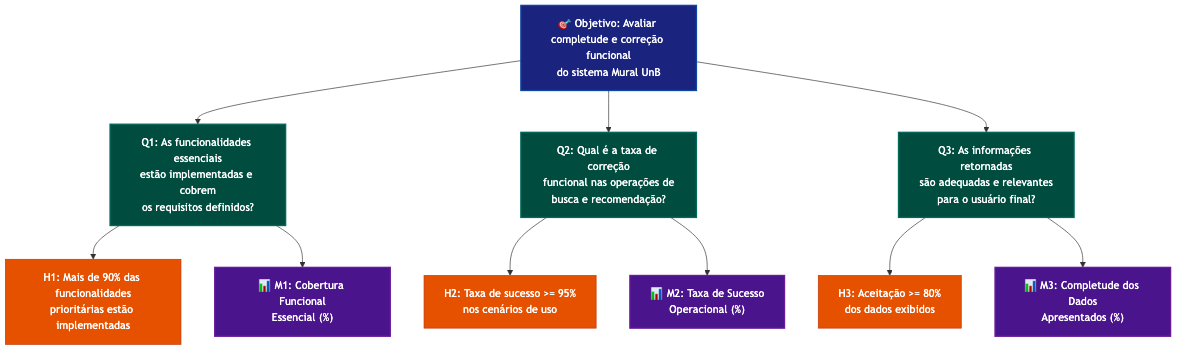
Earlier version of the Mermaid export docs/Fase2/diagrams/adequacao.png (FCTE-Qualidade-de-Software-1/2026-1_T01_GRACE_HOPPER). Its source is kept beside it as docs/Fase2/diagrams/adequacao.mmd.
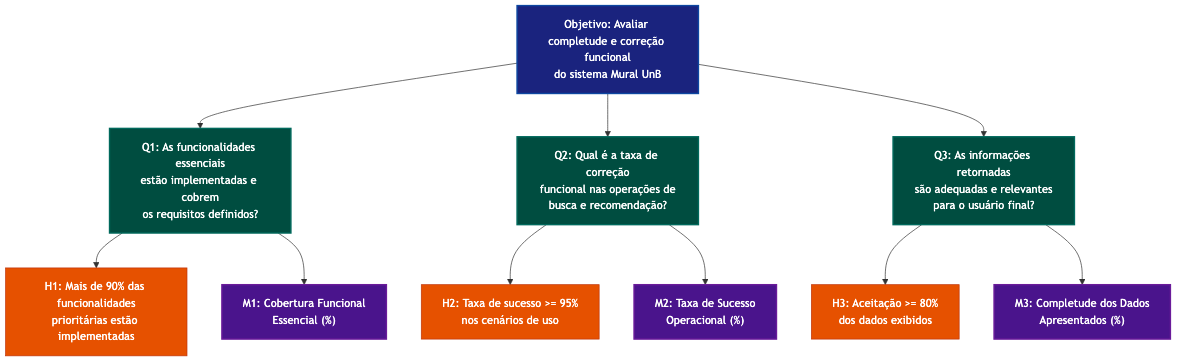
The same file after the commit.

Change to the diagram source:
```diff
@@ -1,5 +1,5 @@
 flowchart TB
-  OBJ["🎯 Objetivo: Avaliar completude e correção funcional\ndo sistema Mural UnB"]
+  OBJ["Objetivo: Avaliar completude e correção funcional\ndo sistema Mural UnB"]
 
   OBJ --> Q1["Q1: As funcionalidades essenciais\nestão implementadas e cobrem\nos requisitos definidos?"]
   OBJ --> Q2["Q2: Qual é a taxa de correção\nfuncional nas operações de\nbusca e recomendação?"]
@@ -9,9 +9,9 @@
   Q2 --> H2["H2: Taxa de sucesso >= 95%\nnos cenários de uso"]
   Q3 --> H3["H3: Aceitação >= 80%\ndos dados exibidos"]
 
-  Q1 --> M1["📊 M1: Cobertura Funcional\nEssencial (%)"]
-  Q2 --> M2["📊 M2: Taxa de Sucesso\nOperacional (%)"]
-  Q3 --> M3["📊 M3: Completude dos Dados\nApresentados (%)"]
+  Q1 --> M1["M1: Cobertura Funcional\nEssencial (%)"]
+  Q2 --> M2["M2: Taxa de Sucesso\nOperacional (%)"]
+  Q3 --> M3["M3: Completude dos Dados\nApresentados (%)"]
 
   style OBJ fill:#1a237e,color:#fff,stroke:#0d47a1,stroke-width:2px
   style Q1 fill:#004d40,color:#fff,stroke:#00695c,stroke-width:2px
```
